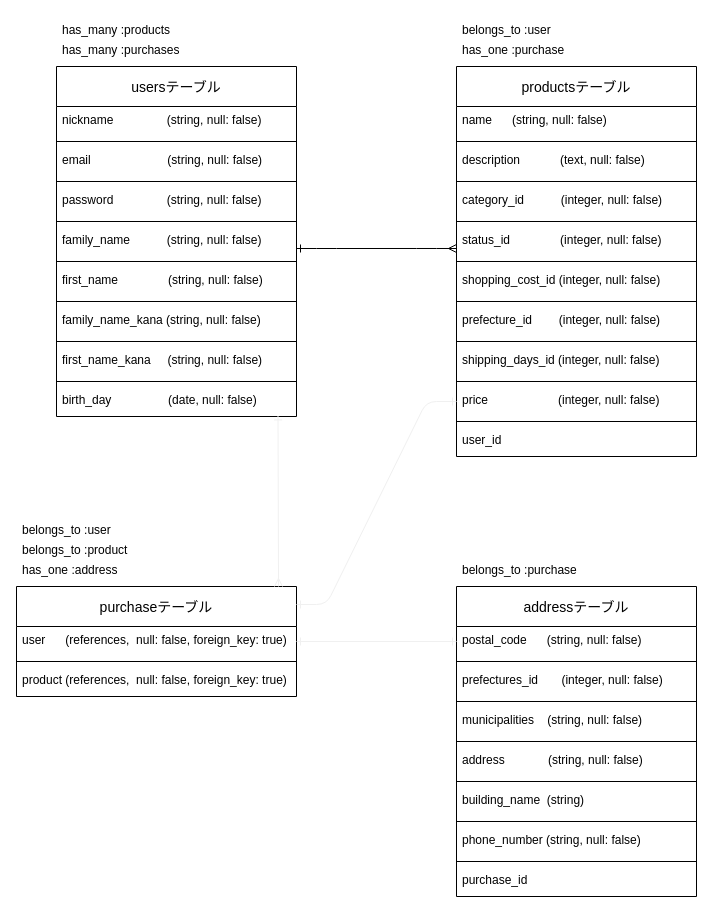
Above: ERD.dio in okurakota/furima-30558 (draw.io), before the change. Source tidied: cells renumbered, new cells numbered last; positions are measured from the earlier drawing's top-left corner, leaving out a move shared by most shapes. Both pictures are drawn from the tidied source at 100%, with x=0, y=0 at pixel (16, 16).
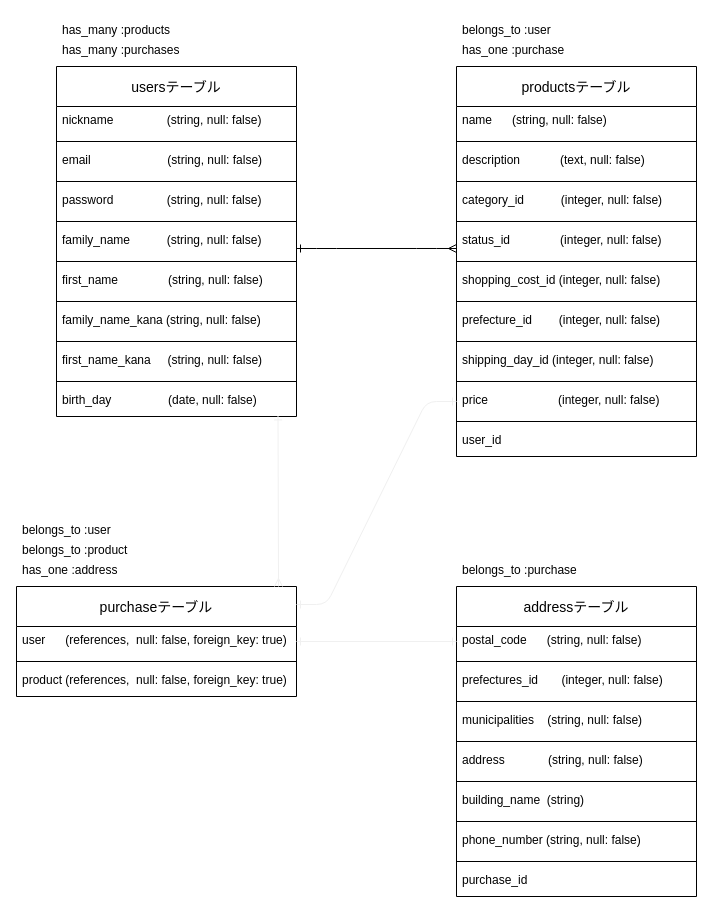
After the change.

The change refers to these unchanged cells:
```xml
<mxCell id="18" value="productsテーブル" style="swimlane;fontStyle=0;horizontal=1;startSize=40;align=center;fontSize=14;" parent="1" vertex="1">
  <mxGeometry x="440" y="50" width="240" height="390" as="geometry" />
</mxCell>
```

What changed in the source:
```diff
@@
-    <mxCell id="31" value="shipping_days_id (integer, null: false)" style="text;strokeColor=none;fillColor=none;spacingLeft=4;spacingRight=4;overflow=hidden;fontSize=12;" parent="18" vertex="1">
+    <mxCell id="31" value="shipping_day_id (integer, null: false)" style="text;strokeColor=none;fillColor=none;spacingLeft=4;spacingRight=4;overflow=hidden;fontSize=12;" parent="18" vertex="1">
       <mxGeometry y="280" width="240" height="30" as="geometry" />
     </mxCell>
```
